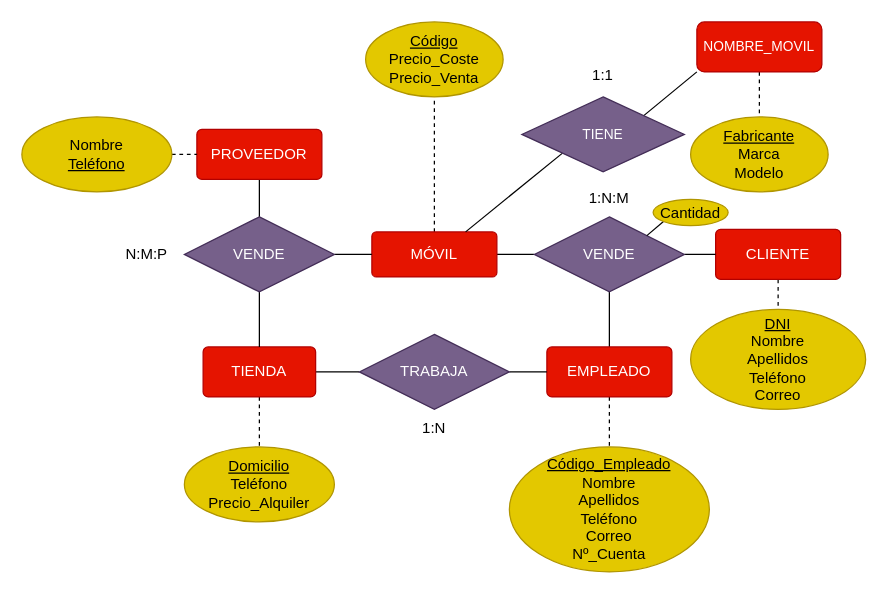
Above: Ejercicio4_Tema1.drawio in antonionavarro04/diagramas (draw.io), before the change. Source tidied: cells renumbered, new cells numbered last; positions are measured from the earlier drawing's top-left corner, leaving out a move shared by most shapes. Both pictures are drawn from the tidied source at 125%, with x=0, y=0 at pixel (21, 21).
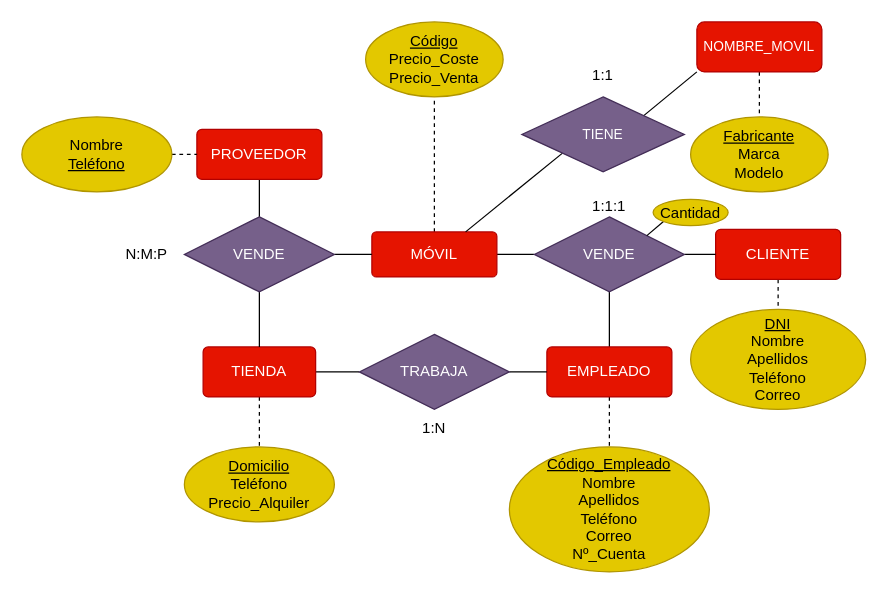
The same page after the edit.

Change to the diagram source:
```diff
@@
-    <mxCell id="28" value="1:N:M" style="text;html=1;strokeColor=none;fillColor=none;align=center;verticalAlign=middle;whiteSpace=wrap;rounded=0;" parent="1" vertex="1">
-      <mxGeometry x="440" y="126" width="60" height="30" as="geometry" />
+    <mxCell id="28" value="1:1:1" style="text;html=1;strokeColor=none;fillColor=none;align=center;verticalAlign=middle;whiteSpace=wrap;rounded=0;" parent="1" vertex="1">
+      <mxGeometry x="440" y="133" width="60" height="30" as="geometry" />
     </mxCell>
```
